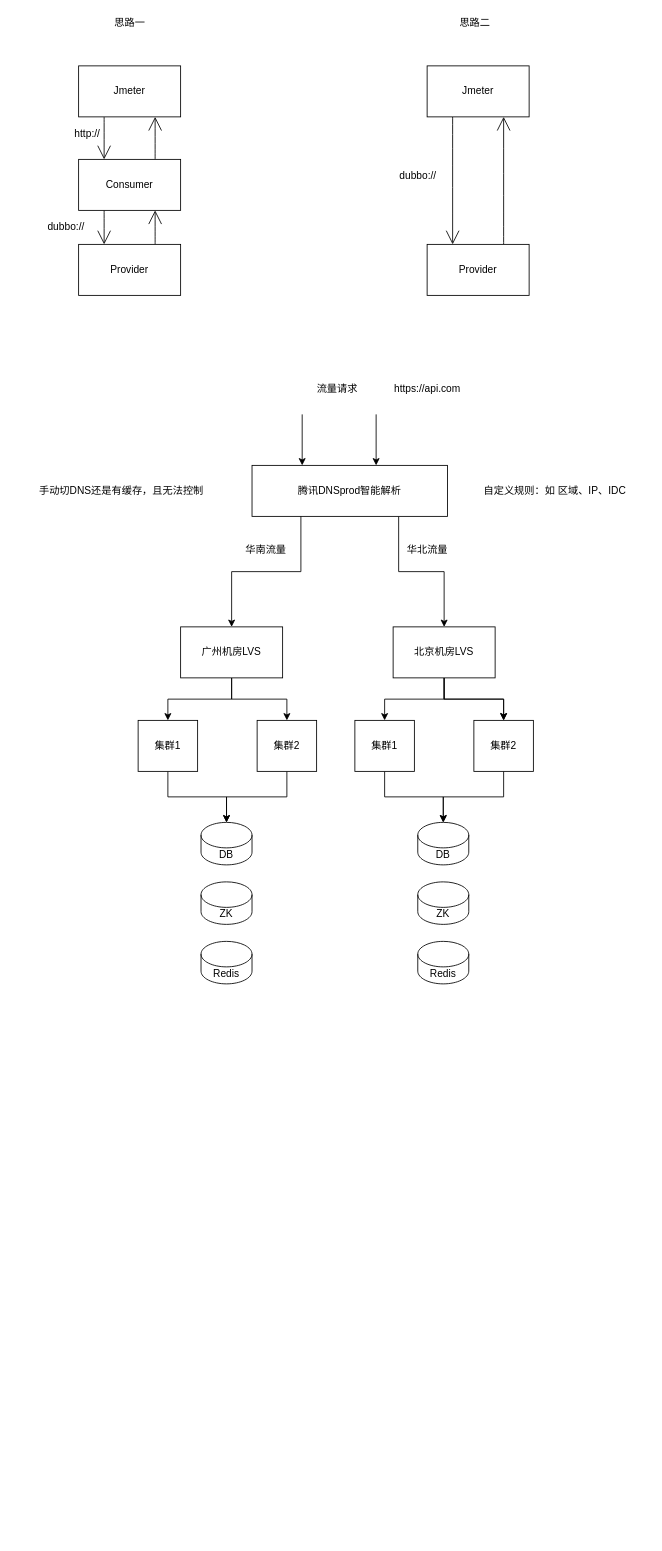
The draw.io diagram 未命名绘图.drawio in DogerRain/image, before the edit. Source tidied: cells renumbered, new cells numbered last; positions are measured from the earlier drawing's top-left corner, leaving out a move shared by most shapes. Both pictures are drawn from the tidied source at 85%, with x=0, y=0 at pixel (14, 14).
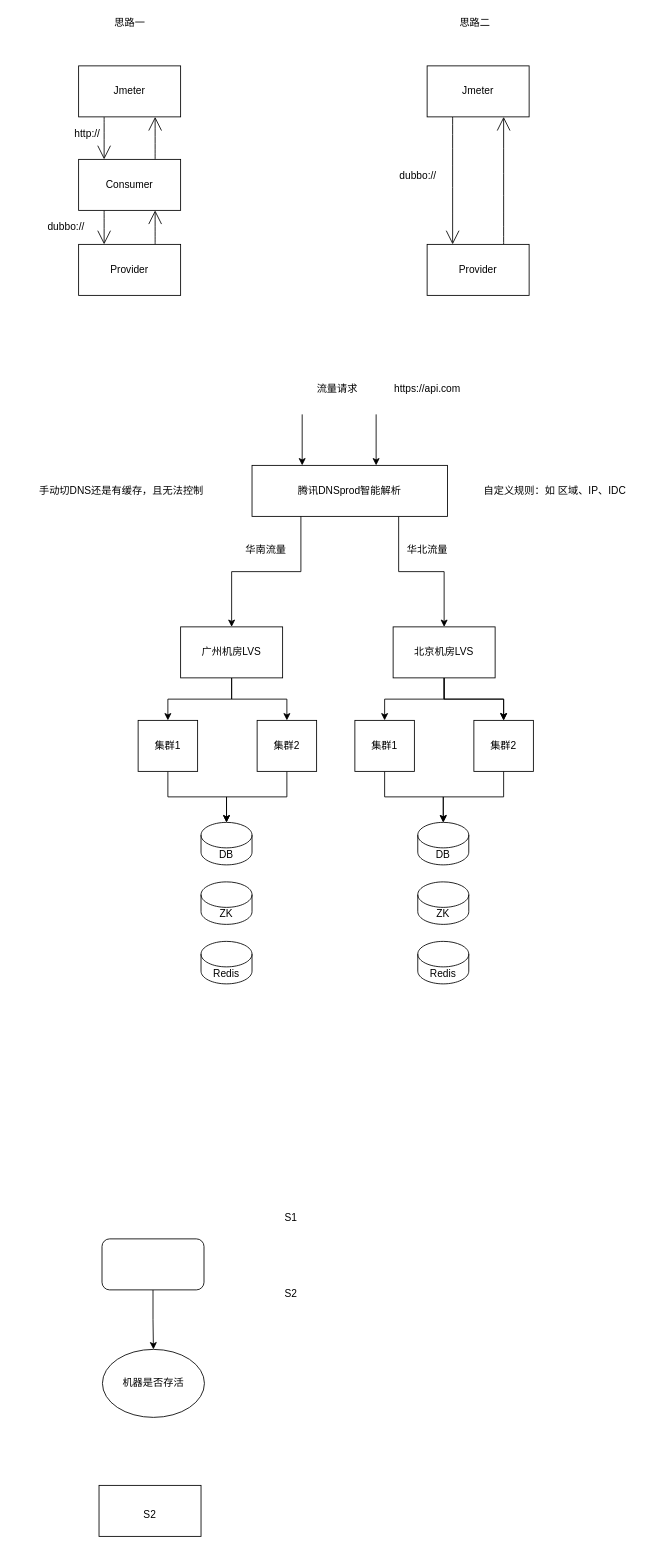
After the change.

Commit message:
Update 未命名绘图.drawio

What changed in the source:
```diff
@@
+    <mxCell id="50" style="edgeStyle=orthogonalEdgeStyle;rounded=0;jettySize=auto;html=1;exitX=0.5;exitY=1;exitDx=0;exitDy=0;entryX=0.5;entryY=0;entryDx=0;entryDy=0;" parent="1" edge="1" source="51" target="54">
+      <mxGeometry relative="1" as="geometry" />
+    </mxCell>
+    <mxCell id="51" style="rounded=1;whiteSpace=wrap;html=1;" parent="1" vertex="1">
+      <mxGeometry x="102.5" y="1440" width="120" height="60" as="geometry" />
+    </mxCell>
+    <mxCell id="52" value="S1" style="text;html=1;strokeColor=none;fillColor=none;align=center;verticalAlign=middle;whiteSpace=wrap;rounded=0;" parent="1" vertex="1">
+      <mxGeometry x="295" y="1400" width="60" height="30" as="geometry" />
+    </mxCell>
+    <mxCell id="53" value="S2" style="text;html=1;strokeColor=none;fillColor=none;align=center;verticalAlign=middle;whiteSpace=wrap;rounded=0;" parent="1" vertex="1">
+      <mxGeometry x="295" y="1490" width="60" height="30" as="geometry" />
+    </mxCell>
+    <mxCell id="54" value="机器是否存活" style="ellipse;whiteSpace=wrap;html=1;" parent="1" vertex="1">
+      <mxGeometry x="103" y="1570" width="120" height="80" as="geometry" />
+    </mxCell>
+    <mxCell id="55" style="rounded=0;whiteSpace=wrap;html=1;" parent="1" vertex="1">
+      <mxGeometry x="99" y="1730" width="120" height="60" as="geometry" />
+    </mxCell>
+    <mxCell id="56" value="S2" style="text;html=1;strokeColor=none;fillColor=none;align=center;verticalAlign=middle;whiteSpace=wrap;rounded=0;" parent="1" vertex="1">
+      <mxGeometry x="129" y="1750" width="60" height="30" as="geometry" />
+    </mxCell>
```
